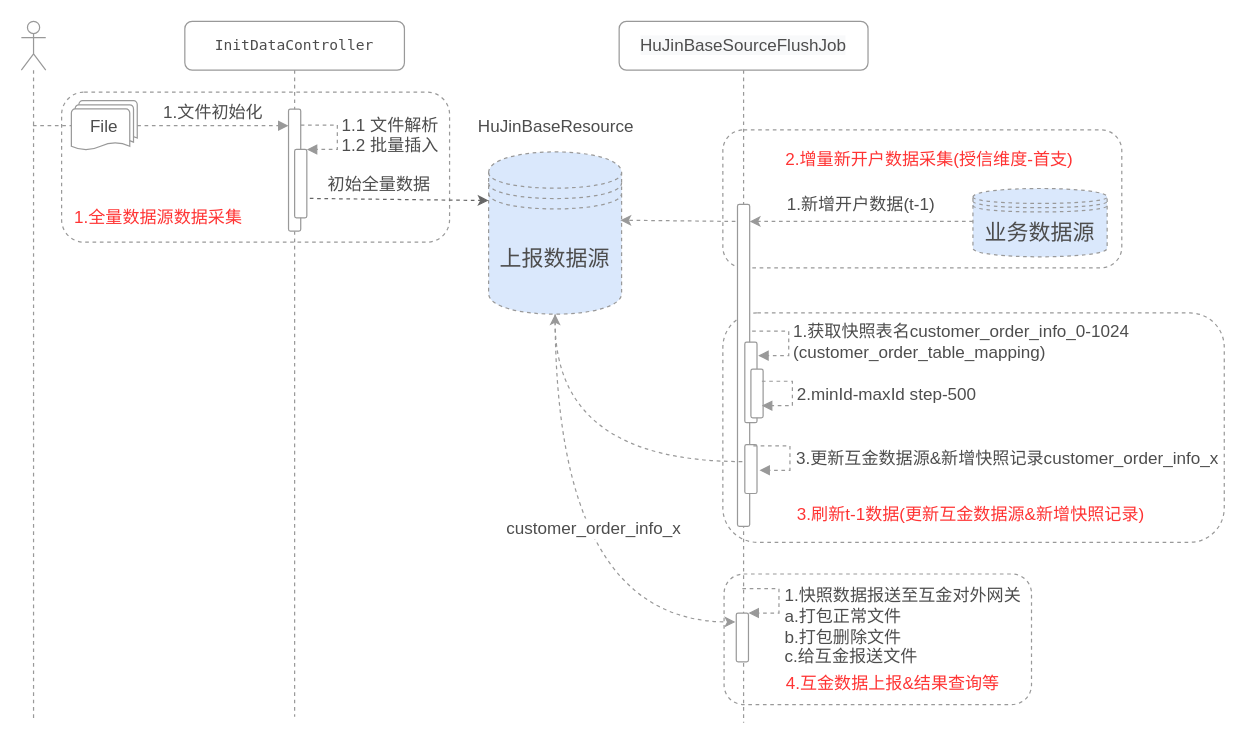
Above: page "互金协会流程" (5 of 6) of new.drawio in githubzhouwen/hello-world (draw.io), before the change. Source tidied: cells renumbered, new cells numbered last; positions are measured from the earlier drawing's top-left corner, leaving out a move shared by most shapes. Both pictures are drawn from the tidied source at 122%, with x=0, y=0 at pixel (21, 21).
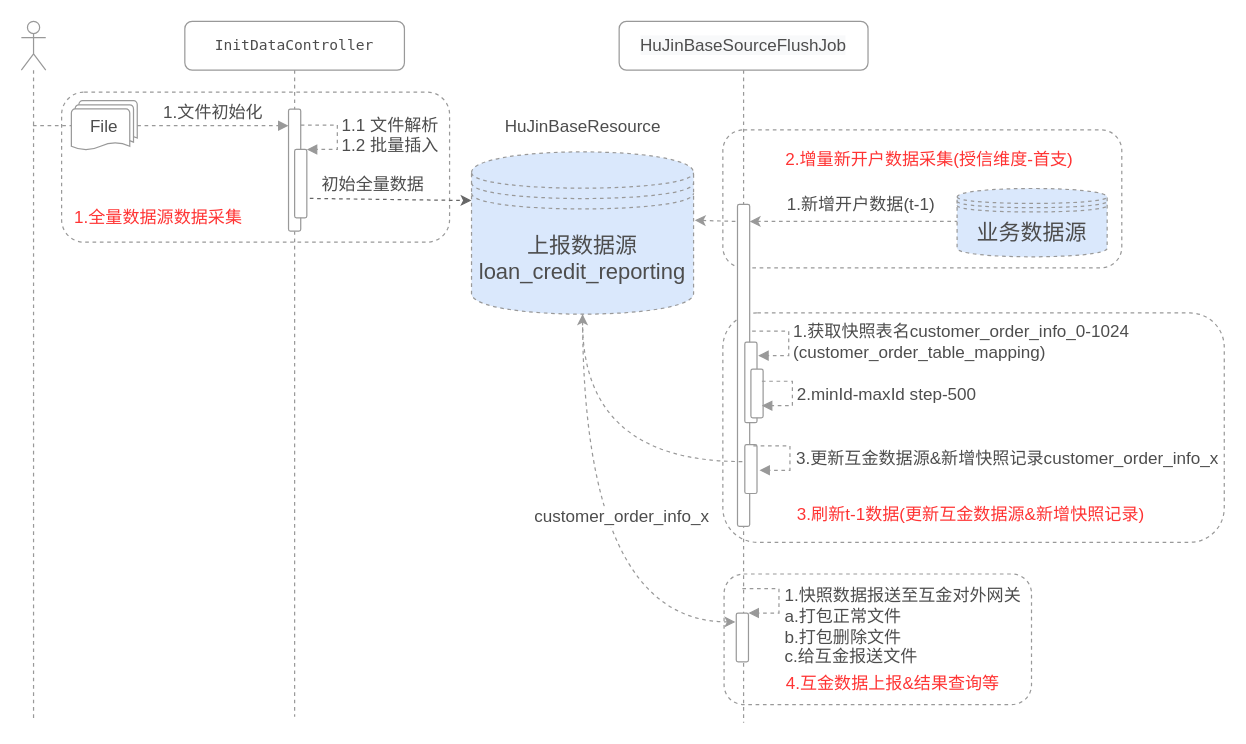
The same page after the edit.

What changed in the source:
```diff
@@
-    <mxCell id="19" value="上报数据源" style="shape=datastore;whiteSpace=wrap;html=1;rounded=1;strokeWidth=1;fillColor=#dae8fc;fontSize=18;align=center;verticalAlign=middle;strokeColor=#999999;fontColor=#4D4D4D;dashed=1;" parent="1" vertex="1">
-      <mxGeometry x="383" y="107" width="109" height="133" as="geometry" />
+    <mxCell id="19" value="上报数据源&#10;loan_credit_reporting" style="shape=datastore;whiteSpace=wrap;rounded=1;strokeWidth=1;fillColor=#dae8fc;fontSize=18;align=center;verticalAlign=middle;strokeColor=#999999;fontColor=#4D4D4D;dashed=1;" parent="1" vertex="1">
+      <mxGeometry x="369" y="107" width="182" height="133" as="geometry" />
     </mxCell>
@@
     <mxCell id="21" style="rounded=0;orthogonalLoop=1;jettySize=auto;html=0;dashed=1;fontSize=14;fontColor=#4D4D4D;startArrow=none;startFill=0;endArrow=classic;endFill=1;strokeColor=#999999;exitX=-0.171;exitY=0.07;exitDx=0;exitDy=0;exitPerimeter=0;" parent="1" edge="1">
       <mxGeometry relative="1" as="geometry">
         <mxPoint x="585.3" y="164" as="sourcePoint" />
-        <mxPoint x="491" y="163" as="targetPoint" />
+        <mxPoint x="552" y="163" as="targetPoint" />
       </mxGeometry>
     </mxCell>
@@
     <mxCell id="24" value="业务数据源" style="shape=datastore;whiteSpace=wrap;html=1;rounded=1;strokeWidth=1;fillColor=#dae8fc;fontSize=18;align=center;verticalAlign=middle;strokeColor=#999999;fontColor=#4D4D4D;dashed=1;" parent="1" vertex="1">
-      <mxGeometry x="780" y="137" width="110" height="56" as="geometry" />
+      <mxGeometry x="767" y="137" width="123" height="56" as="geometry" />
     </mxCell>
@@
     <mxCell id="30" value="HuJinBaseResource" style="text;html=1;align=center;verticalAlign=middle;strokeColor=none;fontSize=14;fontColor=#4D4D4D;" parent="1" vertex="1">
-      <mxGeometry x="368.5" y="75" width="138" height="21" as="geometry" />
+      <mxGeometry x="391" y="75" width="138" height="21" as="geometry" />
     </mxCell>
```
